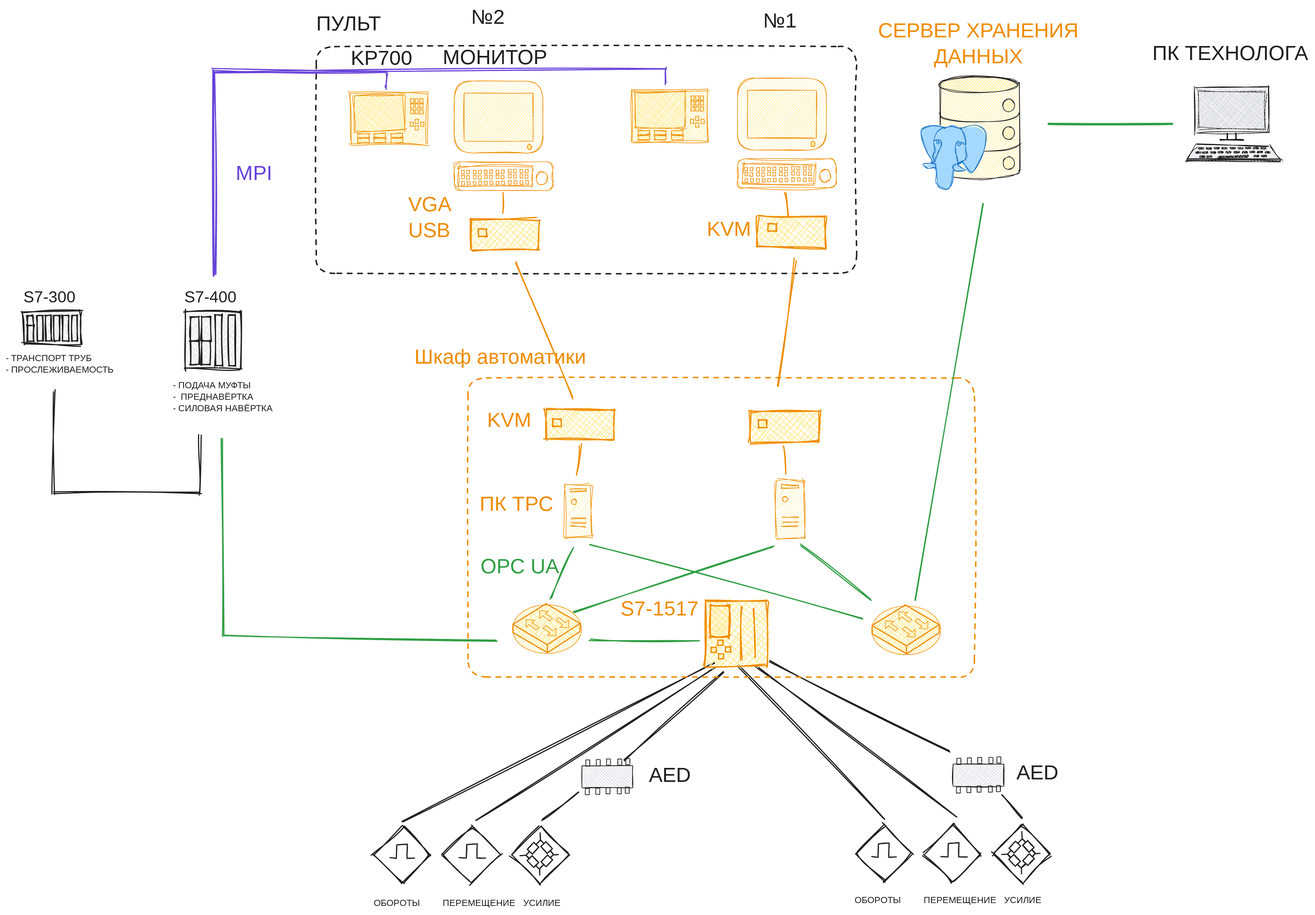
AlexFrick92/PNTZ.Mufta keeps this Excalidraw diagram as Doc/Что делать/Структурная_схема_что_меняем.svg. Above is the earlier version. Source tidied: one line per element, renumbered; positions are measured from the earlier drawing's top-left corner, leaving out a move shared by most shapes.
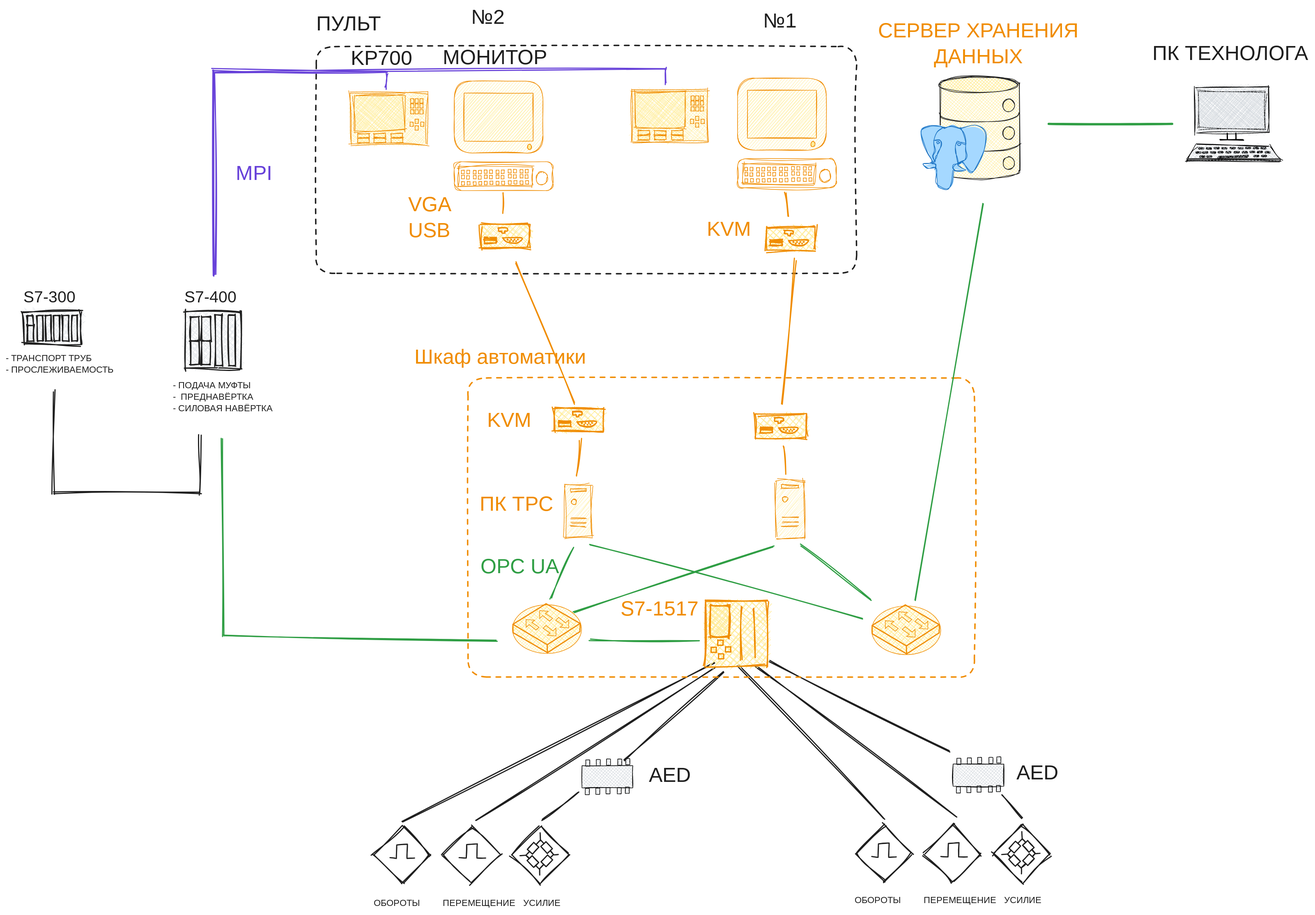
The same file after the commit.

Change to the diagram source:
```diff
@@ -267,24 +267,16 @@
 {"id": 266, "type": "line", "strokeColor": "#2f9e44", "backgroundColor": "#ffec99", "fillStyle": "cross-hatch", "strokeWidth": 2, "roughness": 2, "x": 986, "y": 942, "width": 40, "height": 91, "points": [[0, 0], [-40, 91]]}
 {"id": 267, "type": "text", "text": "OPC UA", "strokeColor": "#2f9e44", "strokeWidth": 2, "strokeStyle": "dashed", "roughness": 2, "fontSize": 36, "fontFamily": 5, "x": 826, "y": 955, "width": 137, "height": 45}
 {"id": 268, "type": "text", "text": "KVM", "strokeColor": "#f08c00", "strokeWidth": 2, "strokeStyle": "dashed", "roughness": 2, "fontSize": 36, "fontFamily": 5, "x": 837, "y": 700, "width": 71, "height": 45}
-{"id": 269, "type": "rectangle", "strokeColor": "#f08c00", "backgroundColor": "#ffec99", "fillStyle": "cross-hatch", "strokeWidth": 2, "roughness": 2, "x": 1295, "y": 705, "width": 119, "height": 53}
-{"id": 270, "type": "rectangle", "strokeColor": "#f08c00", "backgroundColor": "#ffec99", "fillStyle": "cross-hatch", "strokeWidth": 2, "roughness": 2, "x": 940, "y": 701, "width": 119, "height": 53}
-{"id": 271, "type": "rectangle", "strokeColor": "#f08c00", "backgroundColor": "#ffec99", "fillStyle": "cross-hatch", "strokeWidth": 2, "roughness": 2, "x": 808, "y": 372, "width": 119, "height": 53}
-{"id": 272, "type": "rectangle", "strokeColor": "#f08c00", "backgroundColor": "#ffec99", "fillStyle": "cross-hatch", "strokeWidth": 2, "roughness": 2, "x": 1307, "y": 367, "width": 119, "height": 53}
-{"id": 273, "type": "line", "strokeColor": "#f08c00", "backgroundColor": "#ffec99", "fillStyle": "cross-hatch", "strokeWidth": 2, "roughness": 2, "x": 888, "y": 447, "width": 99, "height": 236, "points": [[0, 0], [99, 236]]}
+{"id": 273, "type": "line", "strokeColor": "#f08c00", "backgroundColor": "#ffec99", "fillStyle": "cross-hatch", "strokeWidth": 2, "roughness": 2, "x": 888, "y": 447, "width": 102, "height": 245, "points": [[0, 0], [102, 245]]}
-{"id": 274, "type": "line", "strokeColor": "#f08c00", "backgroundColor": "#ffec99", "fillStyle": "cross-hatch", "strokeWidth": 2, "roughness": 2, "x": 1374, "y": 442, "width": 30, "height": 218, "points": [[0, 0], [-30, 218]]}
+{"id": 274, "type": "line", "strokeColor": "#f08c00", "backgroundColor": "#ffec99", "fillStyle": "cross-hatch", "strokeWidth": 2, "roughness": 2, "x": 1374, "y": 442, "width": 23, "height": 249, "points": [[0, 0], [-23, 249]]}
 {"id": 275, "type": "line", "strokeColor": "#f08c00", "backgroundColor": "#ffec99", "fillStyle": "cross-hatch", "strokeWidth": 2, "roughness": 2, "x": 865, "y": 325, "width": 0, "height": 35, "points": [[0, 0], [0, 35]]}
 {"id": 276, "type": "line", "strokeColor": "#f08c00", "backgroundColor": "#ffec99", "fillStyle": "cross-hatch", "strokeWidth": 2, "roughness": 2, "x": 1356, "y": 325, "width": 5, "height": 41, "points": [[0, 0], [5, 41]]}
-{"id": 277, "type": "line", "strokeColor": "#f08c00", "backgroundColor": "#ffec99", "fillStyle": "cross-hatch", "strokeWidth": 2, "roughness": 2, "x": 999, "y": 763, "width": 5, "height": 53, "points": [[0, 0], [-5, 53]]}
+{"id": 277, "type": "line", "strokeColor": "#f08c00", "backgroundColor": "#ffec99", "fillStyle": "cross-hatch", "strokeWidth": 2, "roughness": 2, "x": 999, "y": 754, "width": 5, "height": 64, "points": [[0, 0], [-5, 64]]}
 {"id": 278, "type": "line", "strokeColor": "#f08c00", "backgroundColor": "#ffec99", "fillStyle": "cross-hatch", "strokeWidth": 2, "roughness": 2, "x": 1354, "y": 766, "width": 3, "height": 48, "points": [[0, 0], [3, 48]]}
 {"id": 279, "type": "text", "text": "KVM", "strokeColor": "#f08c00", "strokeWidth": 2, "strokeStyle": "dashed", "roughness": 2, "fontSize": 36, "fontFamily": 5, "x": 1219, "y": 368, "width": 71, "height": 45}
 {"id": 280, "type": "text", "text": "VGA\nUSB", "strokeColor": "#f08c00", "strokeWidth": 2, "strokeStyle": "dashed", "roughness": 2, "fontSize": 36, "fontFamily": 5, "x": 700, "y": 325, "width": 76, "height": 90}
 {"id": 281, "type": "line", "strokeColor": "#2f9e44", "backgroundColor": "#ffec99", "fillStyle": "cross-hatch", "strokeWidth": 2, "roughness": 2, "x": 377, "y": 752, "width": 478, "height": 353, "points": [[0, 0], [2, 343], [478, 353]]}
 {"id": 282, "type": "line", "strokeColor": "#2f9e44", "backgroundColor": "#ffec99", "fillStyle": "solid", "strokeWidth": 2, "roughness": 2, "x": 1582, "y": 1033, "width": 118, "height": 688, "points": [[0, 0], [118, -688]]}
-{"id": 283, "type": "rectangle", "strokeColor": "#f08c00", "backgroundColor": "#ffec99", "fillStyle": "cross-hatch", "strokeWidth": 2, "roughness": 2, "x": 822, "y": 388, "width": 14, "height": 13}
-{"id": 284, "type": "rectangle", "strokeColor": "#f08c00", "backgroundColor": "#ffec99", "fillStyle": "cross-hatch", "strokeWidth": 2, "roughness": 2, "x": 951, "y": 719, "width": 14, "height": 13}
-{"id": 285, "type": "rectangle", "strokeColor": "#f08c00", "backgroundColor": "#ffec99", "fillStyle": "cross-hatch", "strokeWidth": 2, "roughness": 2, "x": 1309, "y": 720, "width": 14, "height": 13}
-{"id": 286, "type": "rectangle", "strokeColor": "#f08c00", "backgroundColor": "#ffec99", "fillStyle": "cross-hatch", "strokeWidth": 2, "roughness": 2, "x": 1326, "y": 379, "width": 14, "height": 13}
 {"id": 287, "type": "diamond", "strokeColor": "#1e1e1e", "strokeWidth": 2, "roughness": 2, "x": 879, "y": 1426, "width": 100, "height": 100}
 {"id": 288, "type": "diamond", "strokeColor": "#1e1e1e", "strokeWidth": 2, "roughness": 2, "x": 759, "y": 1426, "width": 100, "height": 100}
 {"id": 289, "type": "diamond", "strokeColor": "#1e1e1e", "strokeWidth": 2, "roughness": 2, "x": 639, "y": 1426, "width": 100, "height": 100}
@@ -332,3 +324,51 @@
 {"id": 331, "type": "line", "strokeColor": "#2f9e44", "backgroundColor": "#ffec99", "fillStyle": "cross-hatch", "strokeWidth": 2, "roughness": 2, "x": 1017, "y": 1103, "width": 190, "height": 0, "points": [[0, 0], [190, 0]]}
 {"id": 332, "type": "line", "strokeColor": "#2f9e44", "backgroundColor": "#ffec99", "fillStyle": "cross-hatch", "strokeWidth": 2, "roughness": 2, "x": 1017, "y": 938, "width": 472, "height": 128, "points": [[0, 0], [472, 128]]}
 {"id": 333, "type": "line", "strokeColor": "#2f9e44", "backgroundColor": "#ffec99", "fillStyle": "cross-hatch", "strokeWidth": 2, "roughness": 2, "x": 1384, "y": 938, "width": 121, "height": 98, "points": [[0, 0], [121, 98]]}
+{"id": 270, "type": "rectangle", "strokeColor": "#f08c00", "backgroundColor": "#ffec99", "fillStyle": "cross-hatch", "strokeWidth": 2, "roughness": 2, "x": 954, "y": 699, "width": 86, "height": 41}
+{"id": 284, "type": "rectangle", "strokeColor": "#f08c00", "backgroundColor": "#ffec99", "fillStyle": "cross-hatch", "strokeWidth": 2, "roughness": 2, "x": 962, "y": 722, "width": 20, "height": 9}
+{"id": 334, "type": "rectangle", "strokeColor": "#f08c00", "backgroundColor": "#ffec99", "fillStyle": "cross-hatch", "strokeWidth": 2, "roughness": 2, "x": 962, "y": 724, "width": 20, "height": 2}
+{"id": 335, "type": "line", "strokeColor": "#f08c00", "strokeWidth": 2, "roughness": 1, "round": true, "x": 994, "y": 723, "width": 33, "height": 9, "points": [[0, 0], [7, 7], [25, 8], [33, -1], [0, 0]]}
+{"id": 336, "type": "ellipse", "strokeColor": "#f08c00", "strokeWidth": 2, "roughness": 1, "round": true, "x": 1001, "y": 725, "width": 1, "height": 1}
+{"id": 337, "type": "ellipse", "strokeColor": "#f08c00", "strokeWidth": 2, "roughness": 1, "round": true, "x": 1008, "y": 725, "width": 1, "height": 0}
+{"id": 338, "type": "ellipse", "strokeColor": "#f08c00", "strokeWidth": 2, "roughness": 1, "round": true, "x": 1014, "y": 725, "width": 1, "height": 0}
+{"id": 339, "type": "ellipse", "strokeColor": "#f08c00", "strokeWidth": 2, "roughness": 1, "round": true, "x": 1019, "y": 725, "width": 1, "height": 0}
+{"id": 340, "type": "ellipse", "strokeColor": "#f08c00", "strokeWidth": 2, "roughness": 1, "round": true, "x": 1006, "y": 728, "width": 1, "height": 0}
+{"id": 341, "type": "ellipse", "strokeColor": "#f08c00", "strokeWidth": 2, "roughness": 1, "round": true, "x": 1011, "y": 728, "width": 1, "height": 0}
+{"id": 342, "type": "ellipse", "strokeColor": "#f08c00", "strokeWidth": 2, "roughness": 1, "round": true, "x": 1016, "y": 728, "width": 1, "height": 0}
+{"id": 343, "type": "line", "strokeColor": "#f08c00", "strokeWidth": 2, "roughness": 1, "round": true, "x": 987, "y": 706, "width": 16, "height": 9, "points": [[0, 0], [0, 5], [5, 5], [5, 8], [10, 8], [10, 5], [15, 5], [14, 0], [-1, -1]]}
+{"id": 344, "type": "rectangle", "strokeColor": "#f08c00", "backgroundColor": "#ffec99", "fillStyle": "cross-hatch", "strokeWidth": 2, "roughness": 2, "x": 1305, "y": 710, "width": 86, "height": 41}
+{"id": 345, "type": "rectangle", "strokeColor": "#f08c00", "backgroundColor": "#ffec99", "fillStyle": "cross-hatch", "strokeWidth": 2, "roughness": 2, "x": 1313, "y": 733, "width": 20, "height": 9}
+{"id": 346, "type": "rectangle", "strokeColor": "#f08c00", "backgroundColor": "#ffec99", "fillStyle": "cross-hatch", "strokeWidth": 2, "roughness": 2, "x": 1313, "y": 735, "width": 20, "height": 2}
+{"id": 347, "type": "line", "strokeColor": "#f08c00", "strokeWidth": 2, "roughness": 1, "round": true, "x": 1345, "y": 734, "width": 33, "height": 9, "points": [[0, 0], [7, 7], [25, 8], [33, -1], [0, 0]]}
+{"id": 348, "type": "ellipse", "strokeColor": "#f08c00", "strokeWidth": 2, "roughness": 1, "round": true, "x": 1352, "y": 736, "width": 1, "height": 1}
+{"id": 349, "type": "ellipse", "strokeColor": "#f08c00", "strokeWidth": 2, "roughness": 1, "round": true, "x": 1359, "y": 736, "width": 1, "height": 0}
+{"id": 350, "type": "ellipse", "strokeColor": "#f08c00", "strokeWidth": 2, "roughness": 1, "round": true, "x": 1365, "y": 736, "width": 1, "height": 0}
+{"id": 351, "type": "ellipse", "strokeColor": "#f08c00", "strokeWidth": 2, "roughness": 1, "round": true, "x": 1370, "y": 736, "width": 1, "height": 0}
+{"id": 352, "type": "ellipse", "strokeColor": "#f08c00", "strokeWidth": 2, "roughness": 1, "round": true, "x": 1357, "y": 739, "width": 1, "height": 0}
+{"id": 353, "type": "ellipse", "strokeColor": "#f08c00", "strokeWidth": 2, "roughness": 1, "round": true, "x": 1362, "y": 739, "width": 1, "height": 0}
+{"id": 354, "type": "ellipse", "strokeColor": "#f08c00", "strokeWidth": 2, "roughness": 1, "round": true, "x": 1368, "y": 739, "width": 1, "height": 0}
+{"id": 355, "type": "line", "strokeColor": "#f08c00", "strokeWidth": 2, "roughness": 1, "round": true, "x": 1338, "y": 717, "width": 16, "height": 9, "points": [[0, 0], [0, 5], [5, 5], [5, 8], [10, 8], [10, 5], [15, 5], [14, 0], [-1, -1]]}
+{"id": 356, "type": "rectangle", "strokeColor": "#f08c00", "backgroundColor": "#ffec99", "fillStyle": "cross-hatch", "strokeWidth": 2, "roughness": 2, "x": 1322, "y": 385, "width": 86, "height": 41}
+{"id": 357, "type": "rectangle", "strokeColor": "#f08c00", "backgroundColor": "#ffec99", "fillStyle": "cross-hatch", "strokeWidth": 2, "roughness": 2, "x": 1330, "y": 407, "width": 20, "height": 9}
+{"id": 358, "type": "rectangle", "strokeColor": "#f08c00", "backgroundColor": "#ffec99", "fillStyle": "cross-hatch", "strokeWidth": 2, "roughness": 2, "x": 1330, "y": 409, "width": 20, "height": 2}
+{"id": 359, "type": "line", "strokeColor": "#f08c00", "strokeWidth": 2, "roughness": 1, "round": true, "x": 1362, "y": 408, "width": 33, "height": 9, "points": [[0, 0], [7, 7], [25, 8], [33, -1], [0, 0]]}
+{"id": 360, "type": "ellipse", "strokeColor": "#f08c00", "strokeWidth": 2, "roughness": 1, "round": true, "x": 1369, "y": 410, "width": 1, "height": 1}
+{"id": 361, "type": "ellipse", "strokeColor": "#f08c00", "strokeWidth": 2, "roughness": 1, "round": true, "x": 1376, "y": 411, "width": 1, "height": 0}
+{"id": 362, "type": "ellipse", "strokeColor": "#f08c00", "strokeWidth": 2, "roughness": 1, "round": true, "x": 1382, "y": 410, "width": 1, "height": 0}
+{"id": 363, "type": "ellipse", "strokeColor": "#f08c00", "strokeWidth": 2, "roughness": 1, "round": true, "x": 1387, "y": 410, "width": 1, "height": 0}
+{"id": 364, "type": "ellipse", "strokeColor": "#f08c00", "strokeWidth": 2, "roughness": 1, "round": true, "x": 1374, "y": 413, "width": 1, "height": 0}
+{"id": 365, "type": "ellipse", "strokeColor": "#f08c00", "strokeWidth": 2, "roughness": 1, "round": true, "x": 1380, "y": 413, "width": 1, "height": 0}
+{"id": 366, "type": "ellipse", "strokeColor": "#f08c00", "strokeWidth": 2, "roughness": 1, "round": true, "x": 1385, "y": 413, "width": 1, "height": 0}
+{"id": 367, "type": "line", "strokeColor": "#f08c00", "strokeWidth": 2, "roughness": 1, "round": true, "x": 1355, "y": 391, "width": 16, "height": 9, "points": [[0, 0], [0, 5], [5, 5], [5, 8], [10, 8], [10, 5], [15, 5], [14, 0], [-1, -1]]}
+{"id": 368, "type": "rectangle", "strokeColor": "#f08c00", "backgroundColor": "#ffec99", "fillStyle": "cross-hatch", "strokeWidth": 2, "roughness": 2, "x": 825, "y": 380, "width": 86, "height": 41}
+{"id": 369, "type": "rectangle", "strokeColor": "#f08c00", "backgroundColor": "#ffec99", "fillStyle": "cross-hatch", "strokeWidth": 2, "roughness": 2, "x": 833, "y": 403, "width": 20, "height": 9}
+{"id": 370, "type": "rectangle", "strokeColor": "#f08c00", "backgroundColor": "#ffec99", "fillStyle": "cross-hatch", "strokeWidth": 2, "roughness": 2, "x": 832, "y": 405, "width": 20, "height": 2}
+{"id": 371, "type": "line", "strokeColor": "#f08c00", "strokeWidth": 2, "roughness": 1, "round": true, "x": 864, "y": 404, "width": 33, "height": 9, "points": [[0, 0], [7, 7], [25, 8], [33, -1], [0, 0]]}
+{"id": 372, "type": "ellipse", "strokeColor": "#f08c00", "strokeWidth": 2, "roughness": 1, "round": true, "x": 872, "y": 406, "width": 1, "height": 1}
+{"id": 373, "type": "ellipse", "strokeColor": "#f08c00", "strokeWidth": 2, "roughness": 1, "round": true, "x": 879, "y": 406, "width": 1, "height": 0}
+{"id": 374, "type": "ellipse", "strokeColor": "#f08c00", "strokeWidth": 2, "roughness": 1, "round": true, "x": 884, "y": 406, "width": 1, "height": 0}
+{"id": 375, "type": "ellipse", "strokeColor": "#f08c00", "strokeWidth": 2, "roughness": 1, "round": true, "x": 890, "y": 406, "width": 1, "height": 0}
+{"id": 376, "type": "ellipse", "strokeColor": "#f08c00", "strokeWidth": 2, "roughness": 1, "round": true, "x": 876, "y": 409, "width": 1, "height": 0}
+{"id": 377, "type": "ellipse", "strokeColor": "#f08c00", "strokeWidth": 2, "roughness": 1, "round": true, "x": 882, "y": 409, "width": 1, "height": 0}
+{"id": 378, "type": "ellipse", "strokeColor": "#f08c00", "strokeWidth": 2, "roughness": 1, "round": true, "x": 887, "y": 409, "width": 1, "height": 0}
+{"id": 379, "type": "line", "strokeColor": "#f08c00", "strokeWidth": 2, "roughness": 1, "round": true, "x": 857, "y": 387, "width": 16, "height": 9, "points": [[0, 0], [0, 5], [5, 5], [5, 8], [10, 8], [10, 5], [15, 5], [14, 0], [-1, -1]]}
```
